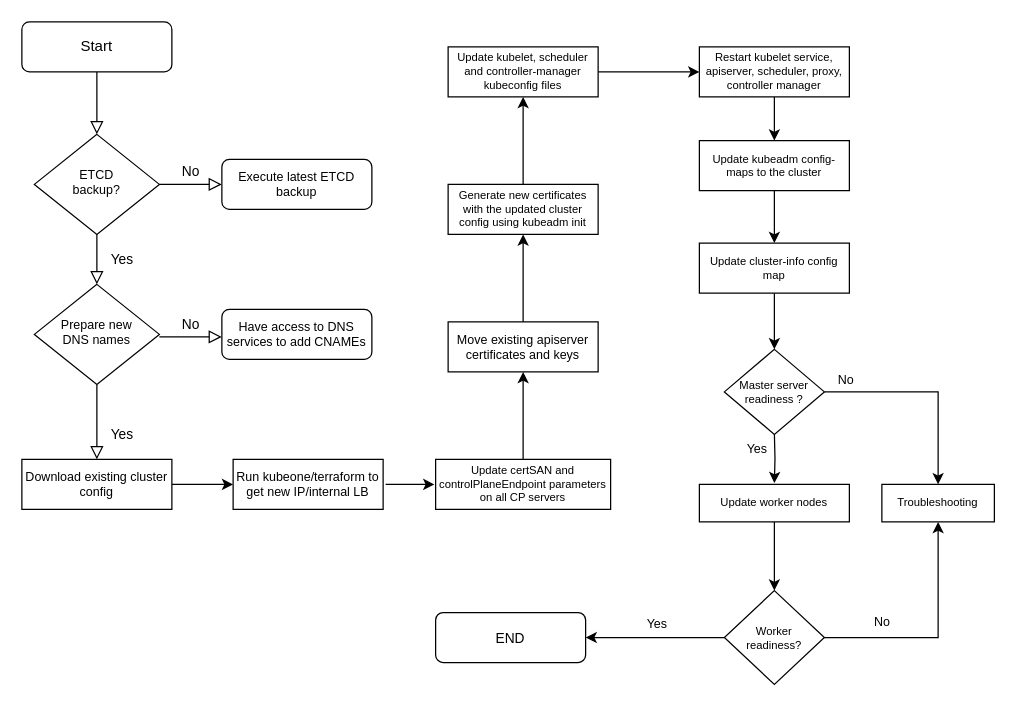
Earlier version of the draw.io diagram Untitled Diagram.drawio (jacmathew/jacmathew). Source tidied: cells renumbered, new cells numbered last; positions are measured from the earlier drawing's top-left corner, leaving out a move shared by most shapes. Both pictures are drawn from the tidied source at 125%, with x=0, y=0 at pixel (21, 21).
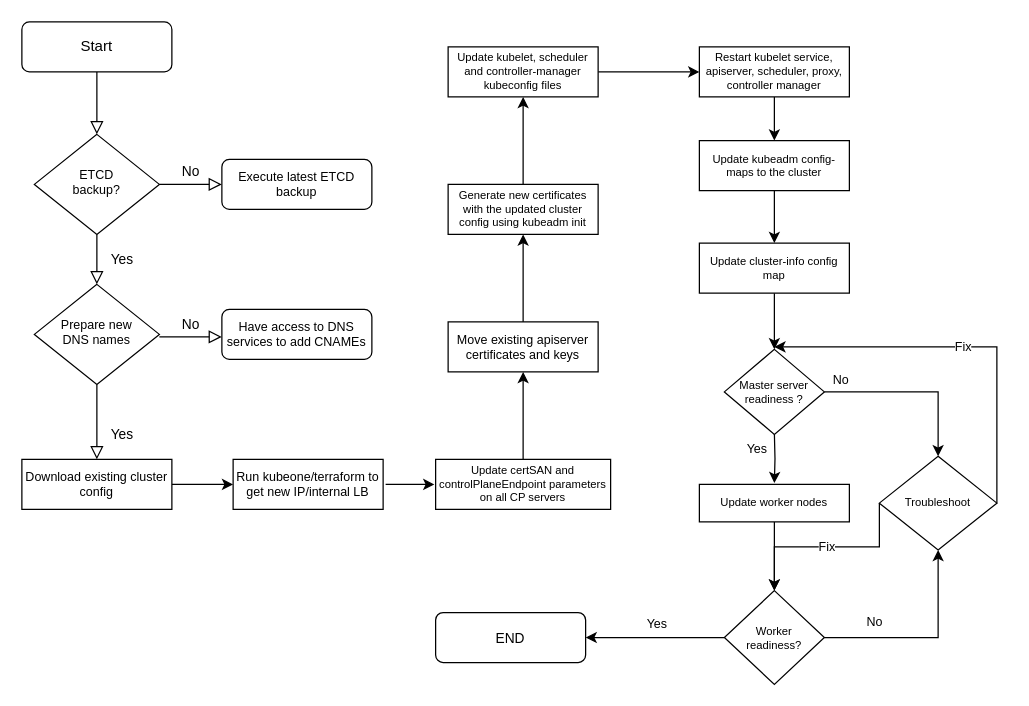
Above is the later version.

Unchanged cells that the change refers to:
```xml
<mxCell id="33" value="Master server readiness ?" style="rhombus;whiteSpace=wrap;html=1;rounded=0;fontSize=9;" parent="1" vertex="1">
  <mxGeometry x="562" y="262" width="80" height="68" as="geometry" />
</mxCell>
<mxCell id="38" value="Worker&lt;br&gt;readiness?" style="rhombus;whiteSpace=wrap;html=1;rounded=0;fontSize=9;" parent="1" vertex="1">
  <mxGeometry x="562" y="455" width="80" height="75" as="geometry" />
</mxCell>
```

Change to the diagram source:
```diff
@@
-    <mxCell id="31" style="edgeStyle=orthogonalEdgeStyle;rounded=0;jettySize=auto;html=1;fontSize=10;" parent="1" edge="1" source="33" target="39">
+    <mxCell id="31" style="edgeStyle=orthogonalEdgeStyle;rounded=0;jettySize=auto;html=1;fontSize=10;entryX=0.5;entryY=0;entryDx=0;entryDy=0;" parent="1" edge="1" source="33" target="41">
       <mxGeometry relative="1" as="geometry" />
     </mxCell>
@@
-    <mxCell id="36" value="No" style="edgeStyle=orthogonalEdgeStyle;rounded=0;jettySize=auto;html=1;entryX=0.5;entryY=1;entryDx=0;entryDy=0;fontSize=10;" parent="1" edge="1" source="38" target="39">
+    <mxCell id="36" value="No" style="edgeStyle=orthogonalEdgeStyle;rounded=0;jettySize=auto;html=1;entryX=0.5;entryY=1;entryDx=0;entryDy=0;fontSize=10;" parent="1" edge="1" source="38" target="41">
       <mxGeometry x="-0.5" y="13" relative="1" as="geometry" />
     </mxCell>
@@
-    <mxCell id="39" value="Troubleshooting" style="whiteSpace=wrap;html=1;rounded=0;fontSize=9;" parent="1" vertex="1">
-      <mxGeometry x="688" y="370" width="90" height="30" as="geometry" />
-    </mxCell>
@@
+    <mxCell id="41" value="Troubleshoot" style="rhombus;whiteSpace=wrap;html=1;rounded=0;fontSize=9;" parent="1" vertex="1">
+      <mxGeometry x="686" y="347.5" width="94" height="75" as="geometry" />
+    </mxCell>
+    <mxCell id="42" value="Fix" style="edgeStyle=orthogonalEdgeStyle;rounded=0;jettySize=auto;html=1;fontSize=10;exitX=1;exitY=0.5;exitDx=0;exitDy=0;" parent="1" edge="1" source="41">
+      <mxGeometry relative="1" as="geometry">
+        <mxPoint x="602" y="260" as="targetPoint" />
+        <Array as="points">
+          <mxPoint x="780" y="260" />
+        </Array>
+      </mxGeometry>
+    </mxCell>
+    <mxCell id="43" value="Fix" style="edgeStyle=orthogonalEdgeStyle;rounded=0;jettySize=auto;html=1;fontSize=10;entryX=0.5;entryY=0;entryDx=0;entryDy=0;exitX=0;exitY=0.5;exitDx=0;exitDy=0;" parent="1" edge="1" source="41" target="38">
+      <mxGeometry relative="1" as="geometry">
+        <Array as="points">
+          <mxPoint x="686" y="420" />
+          <mxPoint x="602" y="420" />
+        </Array>
+      </mxGeometry>
+    </mxCell>
```
